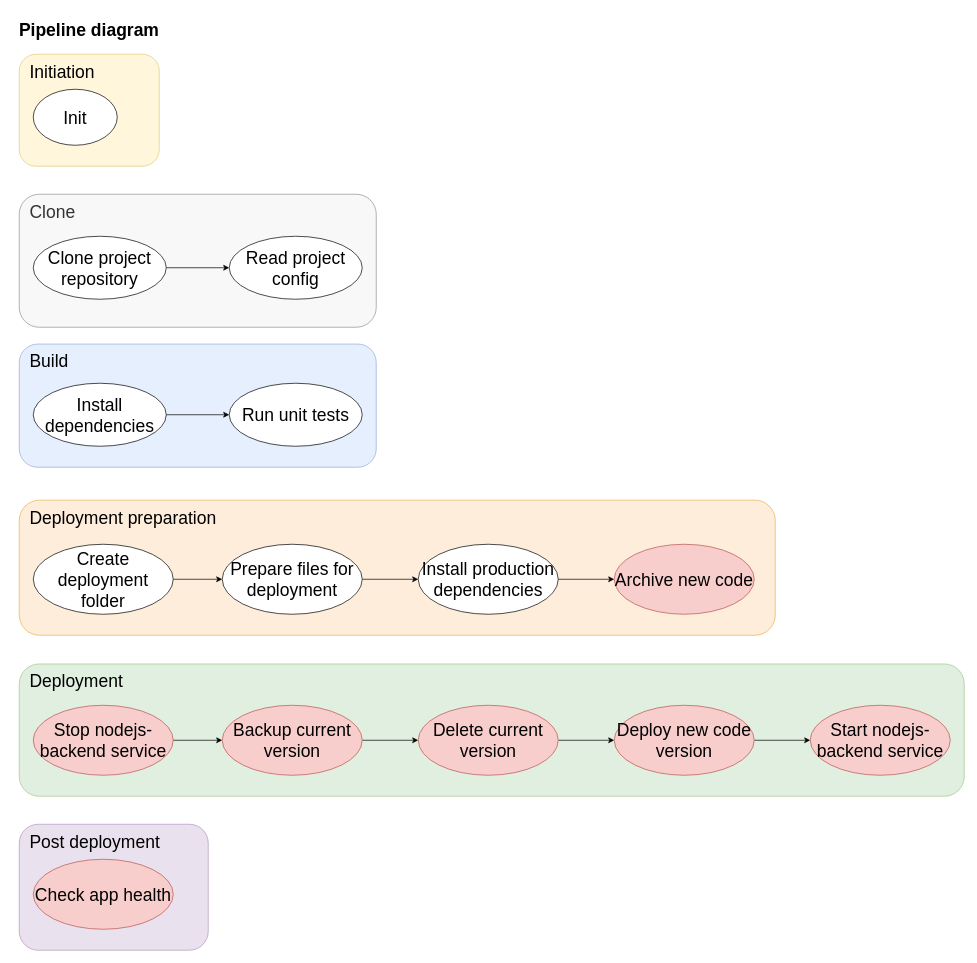
Above: diagrams/pipeline-diagram.drawio in DomnMihai/jenkins-pipeline-tutorial__configuration (draw.io), before the change. Source tidied: cells renumbered, new cells numbered last; positions are measured from the earlier drawing's top-left corner, leaving out a move shared by most shapes. Both pictures are drawn from the tidied source at 70%, with x=0, y=0 at pixel (12, 12).
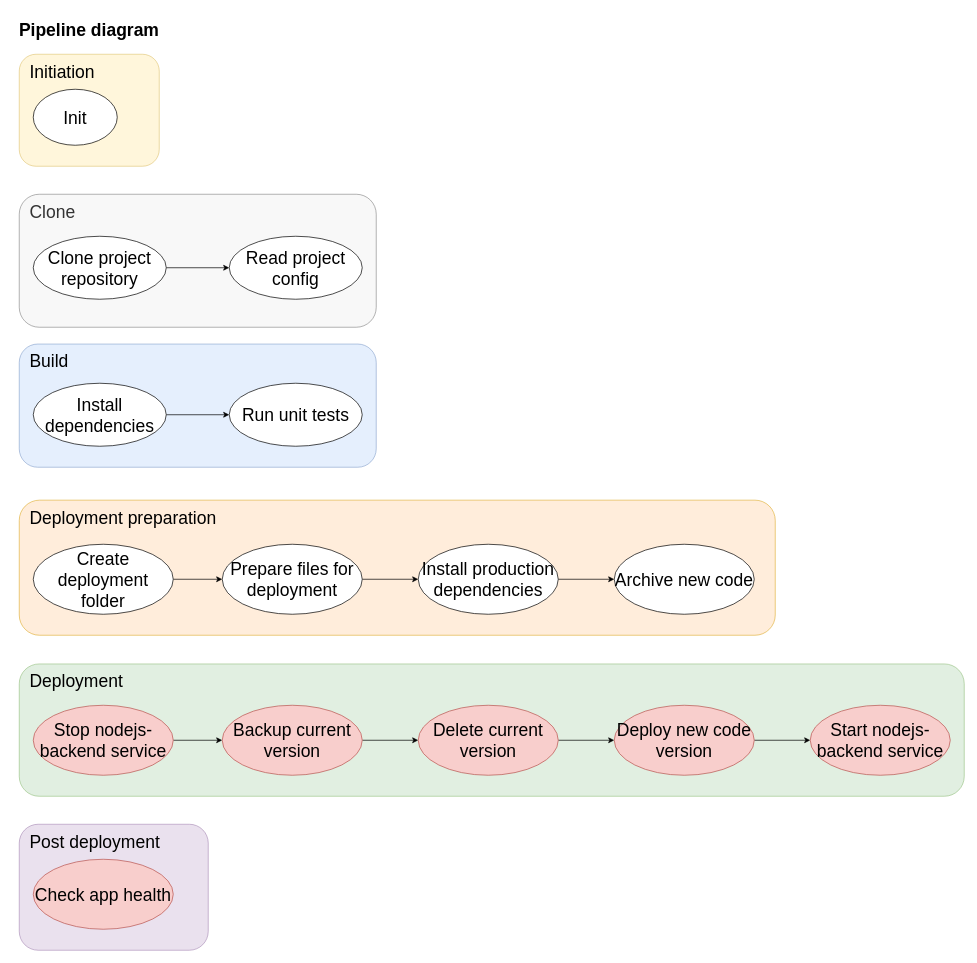
After the change.

Commit message:
Updated diagram Archive new code

Diff of the diagram source:
```diff
@@
-    <mxCell id="22" value="Archive new code" style="ellipse;whiteSpace=wrap;html=1;fontSize=25;fillColor=#f8cecc;strokeColor=#b85450;" parent="1" vertex="1">
+    <mxCell id="22" value="Archive new code" style="ellipse;whiteSpace=wrap;html=1;fontSize=25;" parent="1" vertex="1">
       <mxGeometry x="860" y="760" width="200" height="100" as="geometry" />
     </mxCell>
```
